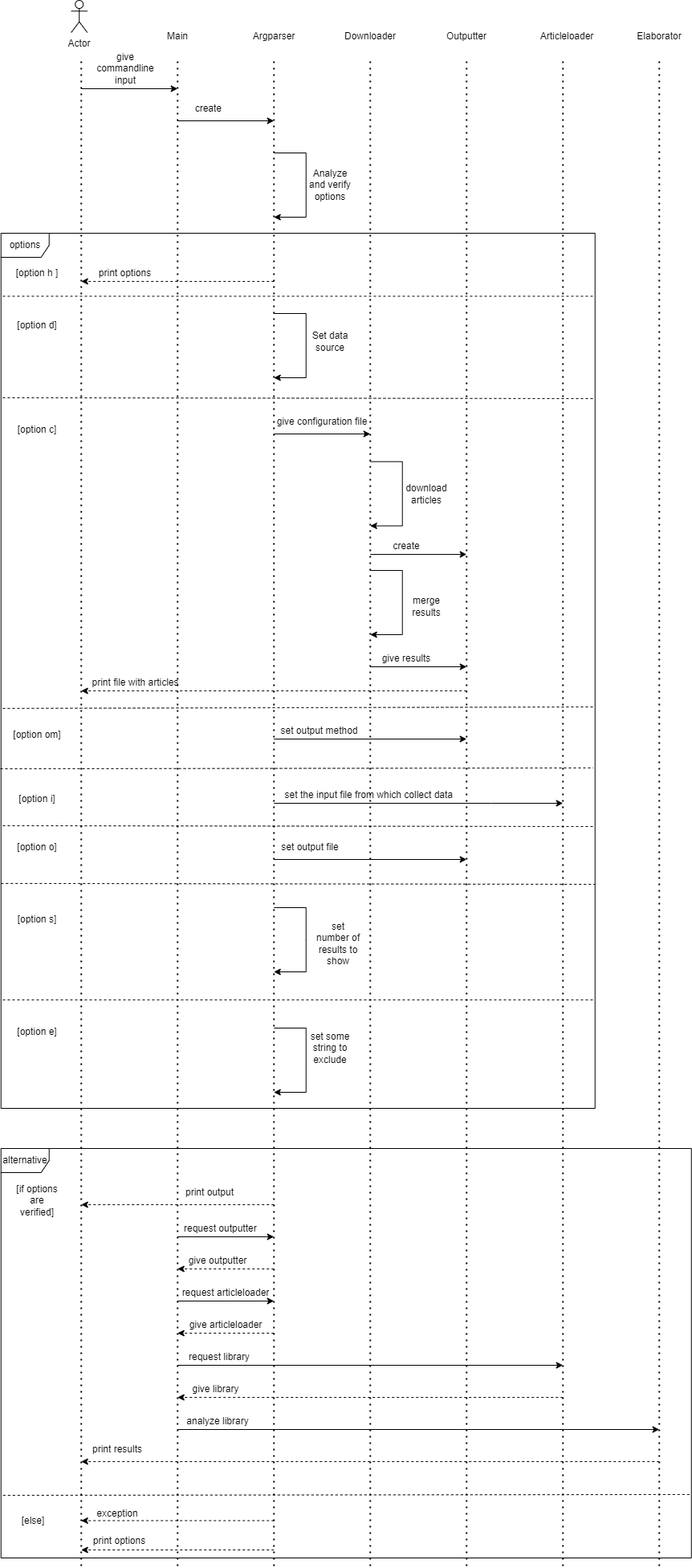
Before: src/site/UML/SequenceDiagram.drawio.png, a diagram exported from draw.io (Magform/articleAnalyzer). Source tidied: cells renumbered, new cells last; positions are measured from the earlier drawing's top-left corner, leaving out a move shared by most shapes.
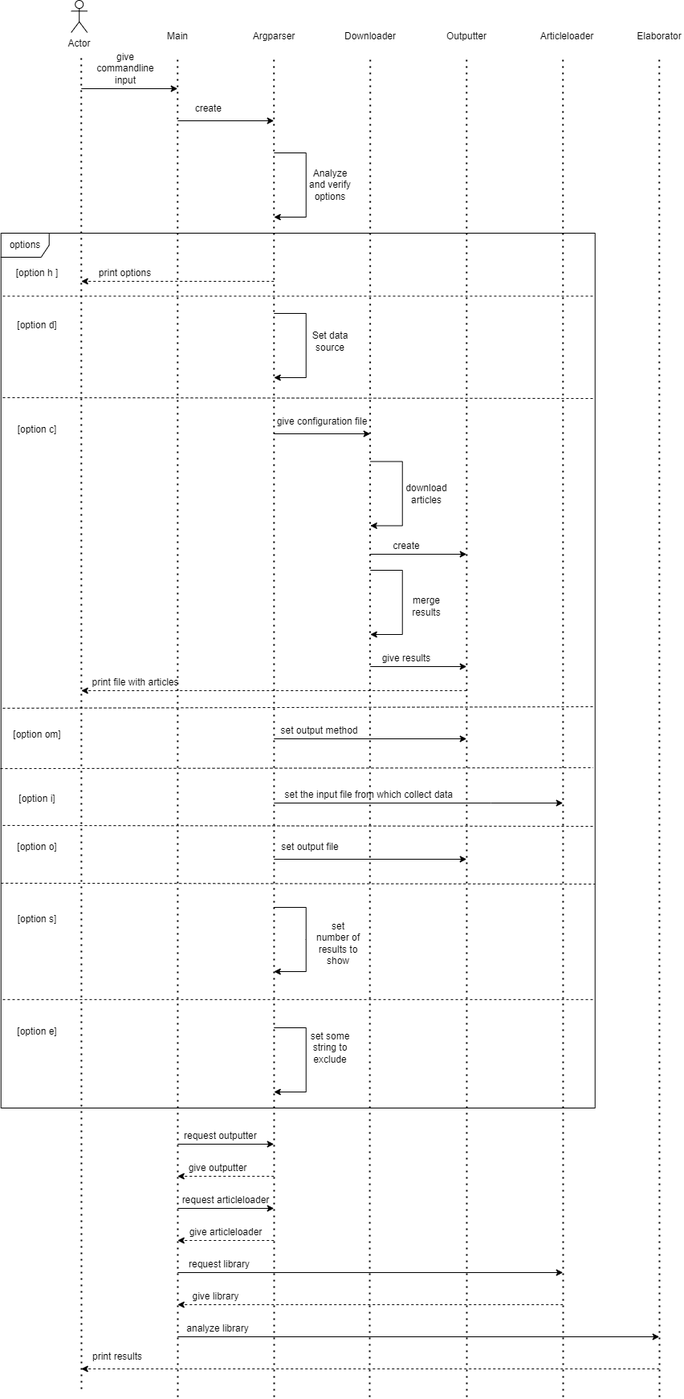
Later version of the same file.

What changed in the source:
```diff
@@ -4,7 +4,7 @@
     <mxCell id="1" parent="0" />
     <mxCell id="2" style="endArrow=none;dashed=1;html=1;dashPattern=1 3;strokeWidth=2;rounded=0;" parent="1" edge="1">
       <mxGeometry relative="1" as="geometry">
-        <mxPoint x="99.7" y="1950" as="sourcePoint" />
+        <mxPoint x="100" y="1730" as="sourcePoint" />
         <mxPoint x="99.7" y="70" as="targetPoint" />
       </mxGeometry>
     </mxCell>
@@ -13,31 +13,31 @@
     </mxCell>
     <mxCell id="4" style="endArrow=none;dashed=1;html=1;dashPattern=1 3;strokeWidth=2;rounded=0;" parent="1" edge="1">
       <mxGeometry relative="1" as="geometry">
-        <mxPoint x="219.7" y="1950" as="sourcePoint" />
+        <mxPoint x="220" y="1740" as="sourcePoint" />
         <mxPoint x="219.7" y="70" as="targetPoint" />
       </mxGeometry>
     </mxCell>
     <mxCell id="5" style="endArrow=none;dashed=1;html=1;dashPattern=1 3;strokeWidth=2;rounded=0;" parent="1" edge="1">
       <mxGeometry relative="1" as="geometry">
-        <mxPoint x="339.7" y="1950" as="sourcePoint" />
+        <mxPoint x="340" y="1740" as="sourcePoint" />
         <mxPoint x="339.7" y="70" as="targetPoint" />
       </mxGeometry>
     </mxCell>
     <mxCell id="6" style="endArrow=none;dashed=1;html=1;dashPattern=1 3;strokeWidth=2;rounded=0;" parent="1" edge="1">
       <mxGeometry relative="1" as="geometry">
-        <mxPoint x="459.7" y="1950" as="sourcePoint" />
+        <mxPoint x="459" y="1740" as="sourcePoint" />
         <mxPoint x="459.7" y="70" as="targetPoint" />
       </mxGeometry>
     </mxCell>
     <mxCell id="7" style="endArrow=none;dashed=1;html=1;dashPattern=1 3;strokeWidth=2;rounded=0;" parent="1" edge="1">
       <mxGeometry relative="1" as="geometry">
-        <mxPoint x="579.7" y="1950" as="sourcePoint" />
+        <mxPoint x="580" y="1740" as="sourcePoint" />
         <mxPoint x="579.7" y="70" as="targetPoint" />
       </mxGeometry>
     </mxCell>
     <mxCell id="8" style="endArrow=none;dashed=1;html=1;dashPattern=1 3;strokeWidth=2;rounded=0;" parent="1" edge="1">
       <mxGeometry relative="1" as="geometry">
-        <mxPoint x="699.7" y="1950" as="sourcePoint" />
+        <mxPoint x="700" y="1740" as="sourcePoint" />
         <mxPoint x="699.7" y="70" as="targetPoint" />
       </mxGeometry>
     </mxCell>
@@ -58,7 +58,7 @@
     </mxCell>
     <mxCell id="14" style="endArrow=none;dashed=1;html=1;dashPattern=1 3;strokeWidth=2;rounded=0;" parent="1" edge="1">
       <mxGeometry relative="1" as="geometry">
-        <mxPoint x="819.7" y="1950" as="sourcePoint" />
+        <mxPoint x="820" y="1740" as="sourcePoint" />
         <mxPoint x="819.7" y="70" as="targetPoint" />
       </mxGeometry>
     </mxCell>
@@ -252,108 +252,78 @@
     <mxCell id="57" style="endArrow=none;dashed=1;html=1;rounded=0;exitX=0.003;exitY=0.876;exitDx=0;exitDy=0;exitPerimeter=0;entryX=0.997;entryY=0.876;entryDx=0;entryDy=0;entryPerimeter=0;" parent="1" edge="1" source="22" target="22">
       <mxGeometry relative="1" as="geometry" />
     </mxCell>
-    <mxCell id="58" value="alternative" style="shape=umlFrame;whiteSpace=wrap;html=1;" parent="1" vertex="1">
-      <mxGeometry x="-0.3" y="1430" width="860" height="510" as="geometry" />
-    </mxCell>
-    <mxCell id="59" value="[if options are verified]" style="text;html=1;strokeColor=none;fillColor=none;align=center;verticalAlign=middle;whiteSpace=wrap;rounded=0;" parent="1" vertex="1">
-      <mxGeometry x="14.7" y="1480" width="60" height="30" as="geometry" />
-    </mxCell>
-    <mxCell id="60" style="html=1;labelBackgroundColor=#ffffff;startArrow=none;startFill=0;startSize=6;endArrow=classic;endFill=1;endSize=6;jettySize=auto;orthogonalLoop=1;strokeWidth=1;dashed=1;fontSize=14;rounded=0;" parent="1" edge="1">
-      <mxGeometry relative="1" as="geometry">
-        <mxPoint x="339.7" y="1500" as="sourcePoint" />
-        <mxPoint x="99.7" y="1500" as="targetPoint" />
-      </mxGeometry>
-    </mxCell>
-    <mxCell id="61" value="print output" style="text;html=1;strokeColor=none;fillColor=none;align=center;verticalAlign=middle;whiteSpace=wrap;rounded=0;" parent="1" vertex="1">
-      <mxGeometry x="219.7" y="1470" width="80" height="30" as="geometry" />
-    </mxCell>
     <mxCell id="62" style="endArrow=classic;html=1;rounded=0;" parent="1" edge="1">
       <mxGeometry relative="1" as="geometry">
-        <mxPoint x="219.7" y="1540" as="sourcePoint" />
-        <mxPoint x="339.7" y="1540" as="targetPoint" />
+        <mxPoint x="219.7" y="1425" as="sourcePoint" />
+        <mxPoint x="339.7" y="1425" as="targetPoint" />
       </mxGeometry>
     </mxCell>
     <mxCell id="63" value="request outputter&amp;nbsp;" style="text;html=1;strokeColor=none;fillColor=none;align=center;verticalAlign=middle;whiteSpace=wrap;rounded=0;" parent="1" vertex="1">
-      <mxGeometry x="219.7" y="1515" width="110" height="30" as="geometry" />
+      <mxGeometry x="219.7" y="1400" width="110" height="30" as="geometry" />
     </mxCell>
     <mxCell id="64" style="html=1;labelBackgroundColor=#ffffff;startArrow=none;startFill=0;startSize=6;endArrow=classic;endFill=1;endSize=6;jettySize=auto;orthogonalLoop=1;strokeWidth=1;dashed=1;fontSize=14;rounded=0;" parent="1" edge="1">
       <mxGeometry relative="1" as="geometry">
-        <mxPoint x="339.7" y="1580" as="sourcePoint" />
-        <mxPoint x="219.7" y="1580" as="targetPoint" />
+        <mxPoint x="339.7" y="1465" as="sourcePoint" />
+        <mxPoint x="219.7" y="1465" as="targetPoint" />
       </mxGeometry>
     </mxCell>
     <mxCell id="65" value="give outputter" style="text;html=1;strokeColor=none;fillColor=none;align=center;verticalAlign=middle;whiteSpace=wrap;rounded=0;" parent="1" vertex="1">
-      <mxGeometry x="224.7" y="1560" width="90" height="20" as="geometry" />
+      <mxGeometry x="224.7" y="1445" width="90" height="20" as="geometry" />
     </mxCell>
     <mxCell id="66" style="endArrow=classic;html=1;rounded=0;" parent="1" edge="1">
       <mxGeometry relative="1" as="geometry">
-        <mxPoint x="219.7" y="1620" as="sourcePoint" />
-        <mxPoint x="339.7" y="1620" as="targetPoint" />
+        <mxPoint x="219.7" y="1505" as="sourcePoint" />
+        <mxPoint x="339.7" y="1505" as="targetPoint" />
       </mxGeometry>
     </mxCell>
     <mxCell id="67" value="request articleloader" style="text;html=1;strokeColor=none;fillColor=none;align=center;verticalAlign=middle;whiteSpace=wrap;rounded=0;" parent="1" vertex="1">
-      <mxGeometry x="219.7" y="1590" width="120" height="40" as="geometry" />
+      <mxGeometry x="219.7" y="1475" width="120" height="40" as="geometry" />
     </mxCell>
     <mxCell id="68" style="html=1;labelBackgroundColor=#ffffff;startArrow=none;startFill=0;startSize=6;endArrow=classic;endFill=1;endSize=6;jettySize=auto;orthogonalLoop=1;strokeWidth=1;dashed=1;fontSize=14;rounded=0;" parent="1" edge="1">
       <mxGeometry relative="1" as="geometry">
-        <mxPoint x="339.7" y="1660" as="sourcePoint" />
-        <mxPoint x="219.7" y="1660" as="targetPoint" />
+        <mxPoint x="339.7" y="1545" as="sourcePoint" />
+        <mxPoint x="219.7" y="1545" as="targetPoint" />
       </mxGeometry>
     </mxCell>
     <mxCell id="69" value="give articleloader" style="text;html=1;strokeColor=none;fillColor=none;align=center;verticalAlign=middle;whiteSpace=wrap;rounded=0;" parent="1" vertex="1">
-      <mxGeometry x="229.7" y="1640" width="100" height="20" as="geometry" />
+      <mxGeometry x="229.7" y="1525" width="100" height="20" as="geometry" />
     </mxCell>
     <mxCell id="70" style="endArrow=classic;html=1;rounded=0;" parent="1" edge="1">
       <mxGeometry relative="1" as="geometry">
-        <mxPoint x="219.7" y="1700" as="sourcePoint" />
-        <mxPoint x="699.7" y="1700" as="targetPoint" />
+        <mxPoint x="219.7" y="1585" as="sourcePoint" />
+        <mxPoint x="699.7" y="1585" as="targetPoint" />
       </mxGeometry>
     </mxCell>
     <mxCell id="71" value="request library" style="text;html=1;strokeColor=none;fillColor=none;align=center;verticalAlign=middle;whiteSpace=wrap;rounded=0;" parent="1" vertex="1">
-      <mxGeometry x="217.2" y="1680" width="110" height="20" as="geometry" />
+      <mxGeometry x="217.2" y="1565" width="110" height="20" as="geometry" />
     </mxCell>
     <mxCell id="72" style="html=1;labelBackgroundColor=#ffffff;startArrow=none;startFill=0;startSize=6;endArrow=classic;endFill=1;endSize=6;jettySize=auto;orthogonalLoop=1;strokeWidth=1;dashed=1;fontSize=14;rounded=0;" parent="1" edge="1">
       <mxGeometry relative="1" as="geometry">
-        <mxPoint x="699.7" y="1740" as="sourcePoint" />
-        <mxPoint x="219.7" y="1740" as="targetPoint" />
+        <mxPoint x="699.7" y="1625" as="sourcePoint" />
+        <mxPoint x="219.7" y="1625" as="targetPoint" />
       </mxGeometry>
     </mxCell>
     <mxCell id="73" value="give library" style="text;html=1;strokeColor=none;fillColor=none;align=center;verticalAlign=middle;whiteSpace=wrap;rounded=0;" parent="1" vertex="1">
-      <mxGeometry x="229.7" y="1720" width="75" height="20" as="geometry" />
+      <mxGeometry x="229.7" y="1605" width="75" height="20" as="geometry" />
     </mxCell>
     <mxCell id="74" style="endArrow=classic;html=1;rounded=0;" parent="1" edge="1">
       <mxGeometry relative="1" as="geometry">
-        <mxPoint x="219.7" y="1780" as="sourcePoint" />
-        <mxPoint x="819.7" y="1780" as="targetPoint" />
+        <mxPoint x="219.7" y="1665" as="sourcePoint" />
+        <mxPoint x="819.7" y="1665" as="targetPoint" />
       </mxGeometry>
     </mxCell>
     <mxCell id="75" value="analyze library" style="text;html=1;strokeColor=none;fillColor=none;align=center;verticalAlign=middle;whiteSpace=wrap;rounded=0;" parent="1" vertex="1">
-      <mxGeometry x="219.7" y="1760" width="100" height="20" as="geometry" />
+      <mxGeometry x="219.7" y="1645" width="100" height="20" as="geometry" />
     </mxCell>
     <mxCell id="76" style="html=1;labelBackgroundColor=#ffffff;startArrow=none;startFill=0;startSize=6;endArrow=classic;endFill=1;endSize=6;jettySize=auto;orthogonalLoop=1;strokeWidth=1;dashed=1;fontSize=14;rounded=0;" parent="1" edge="1">
       <mxGeometry relative="1" as="geometry">
-        <mxPoint x="819.7" y="1820" as="sourcePoint" />
-        <mxPoint x="99.7" y="1820" as="targetPoint" />
+        <mxPoint x="819.7" y="1705" as="sourcePoint" />
+        <mxPoint x="99.7" y="1705" as="targetPoint" />
       </mxGeometry>
     </mxCell>
     <mxCell id="77" value="print results" style="text;html=1;strokeColor=none;fillColor=none;align=center;verticalAlign=middle;whiteSpace=wrap;rounded=0;" parent="1" vertex="1">
-      <mxGeometry x="99.7" y="1790" width="90" height="30" as="geometry" />
+      <mxGeometry x="99.7" y="1675" width="90" height="30" as="geometry" />
     </mxCell>
-    <mxCell id="78" style="endArrow=none;dashed=1;html=1;rounded=0;exitX=0.003;exitY=0.847;exitDx=0;exitDy=0;exitPerimeter=0;entryX=0.998;entryY=0.845;entryDx=0;entryDy=0;entryPerimeter=0;" parent="1" edge="1" source="58" target="58">
-      <mxGeometry relative="1" as="geometry" />
-    </mxCell>
-    <mxCell id="79" value="[else]" style="text;html=1;strokeColor=none;fillColor=none;align=center;verticalAlign=middle;whiteSpace=wrap;rounded=0;" parent="1" vertex="1">
-      <mxGeometry x="9.7" y="1879" width="60" height="30" as="geometry" />
-    </mxCell>
-    <mxCell id="80" style="html=1;labelBackgroundColor=#ffffff;startArrow=none;startFill=0;startSize=6;endArrow=classic;endFill=1;endSize=6;jettySize=auto;orthogonalLoop=1;strokeWidth=1;dashed=1;fontSize=14;rounded=0;" parent="1" edge="1">
-      <mxGeometry relative="1" as="geometry">
-        <mxPoint x="339.7" y="1893.5" as="sourcePoint" />
-        <mxPoint x="99.7" y="1893.5" as="targetPoint" />
-      </mxGeometry>
-    </mxCell>
-    <mxCell id="81" value="exception" style="text;html=1;strokeColor=none;fillColor=none;align=center;verticalAlign=middle;whiteSpace=wrap;rounded=0;" parent="1" vertex="1">
-      <mxGeometry x="114.7" y="1870" width="60" height="30" as="geometry" />
-    </mxCell>
     <mxCell id="82" style="endArrow=classic;html=1;rounded=0;" parent="1" edge="1">
       <mxGeometry relative="1" as="geometry">
         <mxPoint x="459.7" y="710" as="sourcePoint" />
@@ -385,14 +355,5 @@
     <mxCell id="87" value="print file with articles" style="text;html=1;strokeColor=none;fillColor=none;align=center;verticalAlign=middle;whiteSpace=wrap;rounded=0;" parent="1" vertex="1">
       <mxGeometry x="109.7" y="840" width="115" height="20" as="geometry" />
     </mxCell>
-    <mxCell id="88" style="html=1;labelBackgroundColor=#ffffff;startArrow=none;startFill=0;startSize=6;endArrow=classic;endFill=1;endSize=6;jettySize=auto;orthogonalLoop=1;strokeWidth=1;dashed=1;fontSize=14;rounded=0;" parent="1" edge="1">
-      <mxGeometry relative="1" as="geometry">
-        <mxPoint x="339.7" y="1930" as="sourcePoint" />
-        <mxPoint x="99.7" y="1930" as="targetPoint" />
-      </mxGeometry>
-    </mxCell>
-    <mxCell id="89" value="print options" style="text;html=1;strokeColor=none;fillColor=none;align=center;verticalAlign=middle;whiteSpace=wrap;rounded=0;" parent="1" vertex="1">
-      <mxGeometry x="99.7" y="1909" width="95" height="20" as="geometry" />
-    </mxCell>
   </root>
 </mxGraphModel>
```
